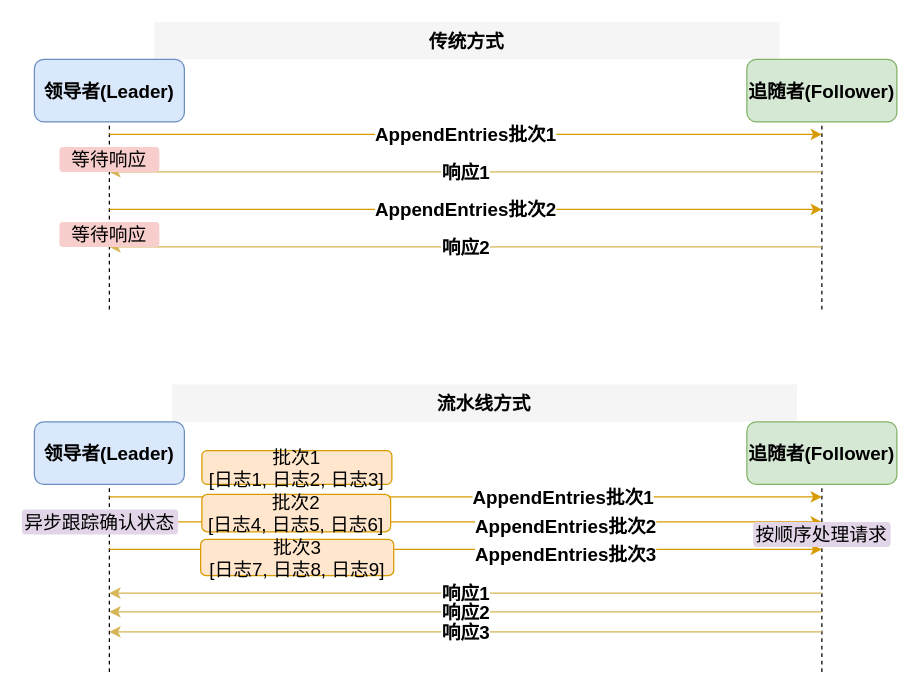
Earlier version of the draw.io diagram projects/日志流水线示意图.drawio (hanzug/draw.io). Source tidied: cells renumbered, new cells numbered last; positions are measured from the earlier drawing's top-left corner, leaving out a move shared by most shapes. Both pictures are drawn from the tidied source at 125%, with x=0, y=0 at pixel (21, 21).
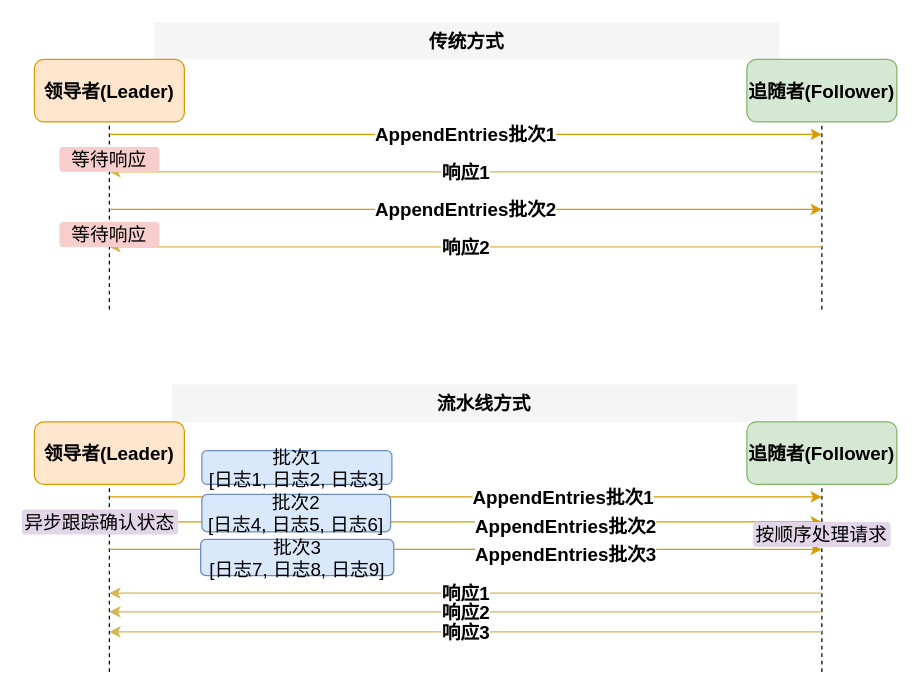
After the change.

Commit message (it also covers changes not shown here):
更新日志流水线示意图.drawio

Diff of the diagram source:
```diff
@@
-    <mxCell id="3" value="领导者(Leader)" style="rounded=1;whiteSpace=wrap;html=1;fillColor=#dae8fc;strokeColor=#6c8ebf;fontStyle=1;fontSize=15;" parent="1" vertex="1">
+    <mxCell id="3" value="领导者(Leader)" style="rounded=1;whiteSpace=wrap;html=1;fillColor=#ffe6cc;strokeColor=#d79b00;fontStyle=1;fontSize=15;" parent="1" vertex="1">
       <mxGeometry x="10" y="30" width="120" height="50" as="geometry" />
     </mxCell>
@@
-    <mxCell id="14" value="领导者(Leader)" style="rounded=1;whiteSpace=wrap;html=1;fillColor=#dae8fc;strokeColor=#6c8ebf;fontStyle=1;fontSize=15;" parent="1" vertex="1">
+    <mxCell id="14" value="领导者(Leader)" style="rounded=1;whiteSpace=wrap;html=1;fillColor=#ffe6cc;strokeColor=#d79b00;fontStyle=1;fontSize=15;" parent="1" vertex="1">
       <mxGeometry x="10" y="320" width="120" height="50" as="geometry" />
     </mxCell>
@@
-    <mxCell id="26" value="批次1&#10;[日志1, 日志2, 日志3]" style="rounded=1;whiteSpace=wrap;html=1;fillColor=#ffe6cc;strokeColor=#d79b00;align=center;verticalAlign=middle;fontSize=15;" parent="1" vertex="1">
+    <mxCell id="26" value="批次1&#10;[日志1, 日志2, 日志3]" style="rounded=1;whiteSpace=wrap;html=1;fillColor=#dae8fc;strokeColor=#6c8ebf;align=center;verticalAlign=middle;fontSize=15;" parent="1" vertex="1">
       <mxGeometry x="144" y="343" width="152" height="27" as="geometry" />
     </mxCell>
-    <mxCell id="27" value="批次2&#10;[日志4, 日志5, 日志6]" style="rounded=1;whiteSpace=wrap;html=1;fillColor=#ffe6cc;strokeColor=#d79b00;align=center;verticalAlign=middle;fontSize=15;" parent="1" vertex="1">
+    <mxCell id="27" value="批次2&#10;[日志4, 日志5, 日志6]" style="rounded=1;whiteSpace=wrap;html=1;fillColor=#dae8fc;strokeColor=#6c8ebf;align=center;verticalAlign=middle;fontSize=15;" parent="1" vertex="1">
       <mxGeometry x="144" y="378" width="151" height="30" as="geometry" />
     </mxCell>
-    <mxCell id="28" value="批次3&#10;[日志7, 日志8, 日志9]" style="rounded=1;whiteSpace=wrap;html=1;fillColor=#ffe6cc;strokeColor=#d79b00;align=center;verticalAlign=middle;fontSize=15;" parent="1" vertex="1">
+    <mxCell id="28" value="批次3&#10;[日志7, 日志8, 日志9]" style="rounded=1;whiteSpace=wrap;html=1;fillColor=#dae8fc;strokeColor=#6c8ebf;align=center;verticalAlign=middle;fontSize=15;" parent="1" vertex="1">
       <mxGeometry x="143" y="414" width="154.5" height="29" as="geometry" />
     </mxCell>
```
